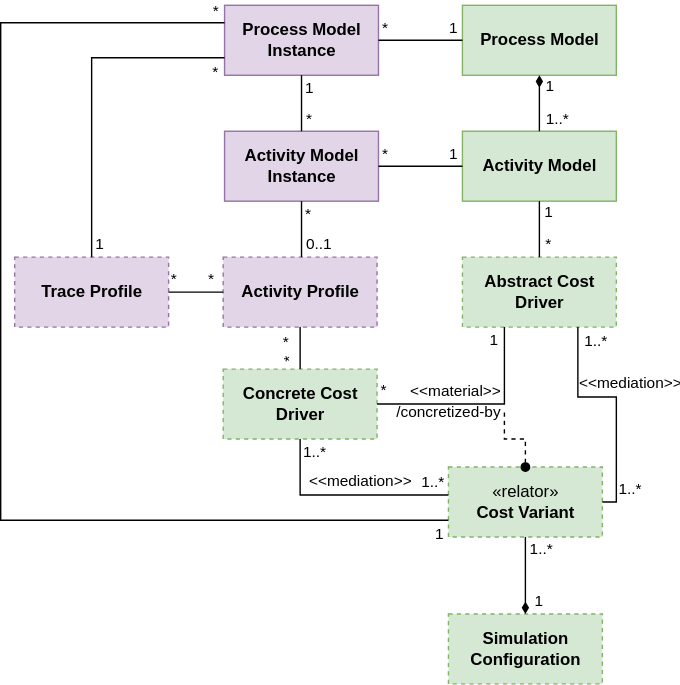
The draw.io diagram metamodel.svg in fyndalf/master-thesis, before a commit. Source tidied: cells renumbered, new cells last; positions are measured from the earlier drawing's top-left corner, leaving out a move shared by most shapes.
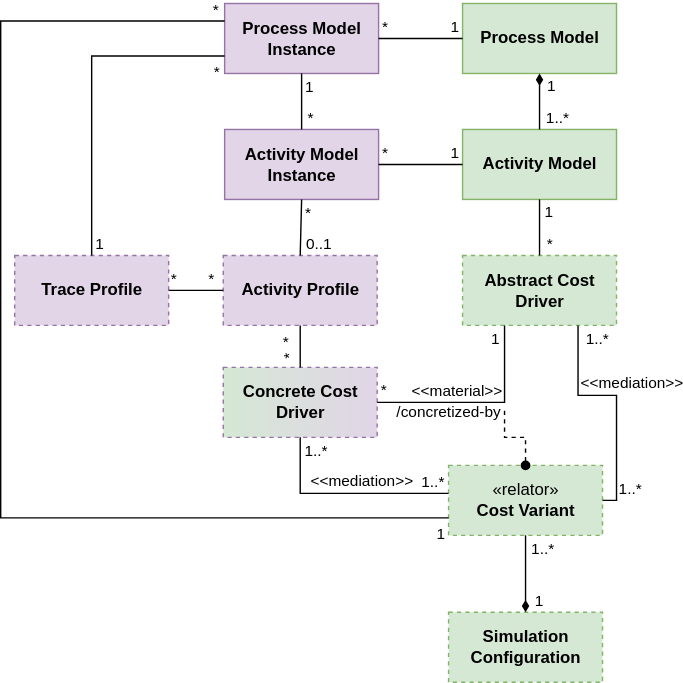
The same file after the commit.

Change to the diagram source:
```diff
@@ -23,7 +23,7 @@
     <mxCell id="8" value="&lt;span style=&quot;font-weight: normal&quot;&gt;«relator»&lt;/span&gt;&lt;span&gt;&lt;br&gt;Cost Variant&lt;/span&gt;&lt;br&gt;&lt;span&gt;&lt;/span&gt;" style="html=1;fontStyle=1;fillColor=#d5e8d4;strokeColor=#82b366;dashed=1;" parent="1" vertex="1">
       <mxGeometry x="320" y="330" width="110" height="50" as="geometry" />
     </mxCell>
-    <mxCell id="9" value="Concrete Cost&lt;br&gt;Driver" style="html=1;fontStyle=1;fillColor=#d5e8d4;strokeColor=#82b366;dashed=1;" parent="1" vertex="1">
+    <mxCell id="9" value="Concrete Cost&lt;br&gt;Driver" style="html=1;fontStyle=1;fillColor=#e1d5e7;strokeColor=#9673a6;dashed=1;gradientDirection=west;gradientColor=#D5E8D4;" parent="1" vertex="1">
       <mxGeometry x="159" y="260" width="110" height="50" as="geometry" />
     </mxCell>
     <mxCell id="10" value="Simulation&lt;br&gt;Configuration" style="html=1;fontStyle=1;fillColor=#d5e8d4;strokeColor=#82b366;dashed=1;" parent="1" vertex="1">
```
